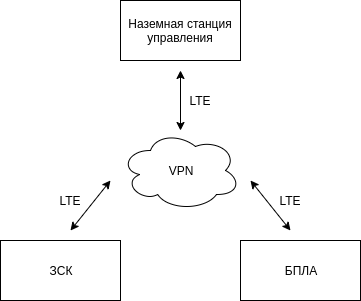
Before: img/cs_lte.png, a diagram exported from draw.io (CopterExpress/pelican-docs). Source tidied: cells renumbered, new cells last; positions are measured from the earlier drawing's top-left corner, leaving out a move shared by most shapes. Its diagram source:
```xml
<mxGraphModel>
  <root>
    <mxCell id="0" />
    <mxCell id="1" parent="0" />
    <mxCell id="2" value="ЗСК" style="rounded=0;whiteSpace=wrap;html=1;" parent="1" vertex="1">
      <mxGeometry y="240" width="120" height="60" as="geometry" />
    </mxCell>
    <mxCell id="3" value="БПЛА" style="rounded=0;whiteSpace=wrap;html=1;" parent="1" vertex="1">
      <mxGeometry x="240" y="240" width="120" height="60" as="geometry" />
    </mxCell>
    <mxCell id="4" style="endArrow=classic;startArrow=classic;html=1;" parent="1" edge="1">
      <mxGeometry relative="1" as="geometry">
        <mxPoint x="70" y="230" as="sourcePoint" />
        <mxPoint x="110" y="180" as="targetPoint" />
      </mxGeometry>
    </mxCell>
    <mxCell id="5" style="endArrow=classic;startArrow=classic;html=1;" parent="1" edge="1">
      <mxGeometry relative="1" as="geometry">
        <mxPoint x="290" y="230" as="sourcePoint" />
        <mxPoint x="250" y="180" as="targetPoint" />
      </mxGeometry>
    </mxCell>
    <mxCell id="6" value="LTE" style="text;html=1;strokeColor=none;fillColor=none;align=center;verticalAlign=middle;whiteSpace=wrap;rounded=0;" parent="1" vertex="1">
      <mxGeometry x="50" y="190" width="40" height="20" as="geometry" />
    </mxCell>
    <mxCell id="7" value="LTE" style="text;html=1;strokeColor=none;fillColor=none;align=center;verticalAlign=middle;whiteSpace=wrap;rounded=0;" parent="1" vertex="1">
      <mxGeometry x="270" y="190" width="40" height="20" as="geometry" />
    </mxCell>
    <mxCell id="8" value="VPN" style="ellipse;shape=cloud;whiteSpace=wrap;html=1;" parent="1" vertex="1">
      <mxGeometry x="120" y="130" width="120" height="80" as="geometry" />
    </mxCell>
    <mxCell id="9" value="Наземная станция управления" style="rounded=0;whiteSpace=wrap;html=1;" parent="1" vertex="1">
      <mxGeometry x="120" width="120" height="60" as="geometry" />
    </mxCell>
    <mxCell id="10" style="endArrow=classic;startArrow=classic;html=1;" parent="1" edge="1">
      <mxGeometry relative="1" as="geometry">
        <mxPoint x="180" y="130" as="sourcePoint" />
        <mxPoint x="180" y="70" as="targetPoint" />
      </mxGeometry>
    </mxCell>
    <mxCell id="11" value="LTE" style="text;html=1;strokeColor=none;fillColor=none;align=center;verticalAlign=middle;whiteSpace=wrap;rounded=0;" parent="1" vertex="1">
      <mxGeometry x="180" y="90" width="40" height="20" as="geometry" />
    </mxCell>
  </root>
</mxGraphModel>
```
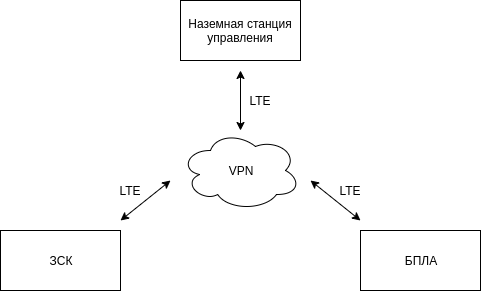
After the commit.

Diff of the diagram source:
```diff
@@ -3,43 +3,43 @@
     <mxCell id="0" />
     <mxCell id="1" parent="0" />
     <mxCell id="2" value="ЗСК" style="rounded=0;whiteSpace=wrap;html=1;" parent="1" vertex="1">
-      <mxGeometry y="240" width="120" height="60" as="geometry" />
+      <mxGeometry x="-60" y="240" width="120" height="60" as="geometry" />
     </mxCell>
     <mxCell id="3" value="БПЛА" style="rounded=0;whiteSpace=wrap;html=1;" parent="1" vertex="1">
-      <mxGeometry x="240" y="240" width="120" height="60" as="geometry" />
+      <mxGeometry x="300" y="240" width="120" height="60" as="geometry" />
     </mxCell>
-    <mxCell id="4" style="endArrow=classic;startArrow=classic;html=1;" parent="1" edge="1">
-      <mxGeometry relative="1" as="geometry">
-        <mxPoint x="70" y="230" as="sourcePoint" />
-        <mxPoint x="110" y="180" as="targetPoint" />
-      </mxGeometry>
-    </mxCell>
-    <mxCell id="5" style="endArrow=classic;startArrow=classic;html=1;" parent="1" edge="1">
-      <mxGeometry relative="1" as="geometry">
-        <mxPoint x="290" y="230" as="sourcePoint" />
-        <mxPoint x="250" y="180" as="targetPoint" />
-      </mxGeometry>
-    </mxCell>
-    <mxCell id="6" value="LTE" style="text;html=1;strokeColor=none;fillColor=none;align=center;verticalAlign=middle;whiteSpace=wrap;rounded=0;" parent="1" vertex="1">
-      <mxGeometry x="50" y="190" width="40" height="20" as="geometry" />
-    </mxCell>
-    <mxCell id="7" value="LTE" style="text;html=1;strokeColor=none;fillColor=none;align=center;verticalAlign=middle;whiteSpace=wrap;rounded=0;" parent="1" vertex="1">
-      <mxGeometry x="270" y="190" width="40" height="20" as="geometry" />
-    </mxCell>
     <mxCell id="8" value="VPN" style="ellipse;shape=cloud;whiteSpace=wrap;html=1;" parent="1" vertex="1">
-      <mxGeometry x="120" y="130" width="120" height="80" as="geometry" />
+      <mxGeometry x="120" y="140" width="120" height="80" as="geometry" />
     </mxCell>
+    <mxCell id="12" style="endArrow=classic;startArrow=classic;html=1;" parent="1" edge="1">
+      <mxGeometry relative="1" as="geometry">
+        <mxPoint x="60" y="230" as="sourcePoint" />
+        <mxPoint x="110" y="190" as="targetPoint" />
+      </mxGeometry>
+    </mxCell>
+    <mxCell id="13" style="endArrow=classic;startArrow=classic;html=1;" parent="1" edge="1">
+      <mxGeometry relative="1" as="geometry">
+        <mxPoint x="300" y="230" as="sourcePoint" />
+        <mxPoint x="250" y="190" as="targetPoint" />
+      </mxGeometry>
+    </mxCell>
+    <mxCell id="14" value="LTE" style="text;html=1;strokeColor=none;fillColor=none;align=center;verticalAlign=middle;whiteSpace=wrap;rounded=0;" parent="1" vertex="1">
+      <mxGeometry x="260" y="190" width="60" height="20" as="geometry" />
+    </mxCell>
+    <mxCell id="15" value="LTE" style="text;html=1;strokeColor=none;fillColor=none;align=center;verticalAlign=middle;whiteSpace=wrap;rounded=0;" parent="1" vertex="1">
+      <mxGeometry x="40" y="190" width="60" height="20" as="geometry" />
+    </mxCell>
     <mxCell id="9" value="Наземная станция управления" style="rounded=0;whiteSpace=wrap;html=1;" parent="1" vertex="1">
-      <mxGeometry x="120" width="120" height="60" as="geometry" />
+      <mxGeometry x="120" y="10" width="120" height="60" as="geometry" />
     </mxCell>
-    <mxCell id="10" style="endArrow=classic;startArrow=classic;html=1;" parent="1" edge="1">
-      <mxGeometry relative="1" as="geometry">
-        <mxPoint x="180" y="130" as="sourcePoint" />
-        <mxPoint x="180" y="70" as="targetPoint" />
-      </mxGeometry>
-    </mxCell>
-    <mxCell id="11" value="LTE" style="text;html=1;strokeColor=none;fillColor=none;align=center;verticalAlign=middle;whiteSpace=wrap;rounded=0;" parent="1" vertex="1">
-      <mxGeometry x="180" y="90" width="40" height="20" as="geometry" />
-    </mxCell>
+    <mxCell id="16" style="endArrow=classic;startArrow=classic;html=1;" parent="1" edge="1">
+      <mxGeometry relative="1" as="geometry">
+        <mxPoint x="180" y="140" as="sourcePoint" />
+        <mxPoint x="180" y="80" as="targetPoint" />
+      </mxGeometry>
+    </mxCell>
+    <mxCell id="17" value="LTE" style="text;html=1;strokeColor=none;fillColor=none;align=center;verticalAlign=middle;whiteSpace=wrap;rounded=0;" parent="1" vertex="1">
+      <mxGeometry x="180" y="100" width="40" height="20" as="geometry" />
+    </mxCell>
   </root>
 </mxGraphModel>
```
